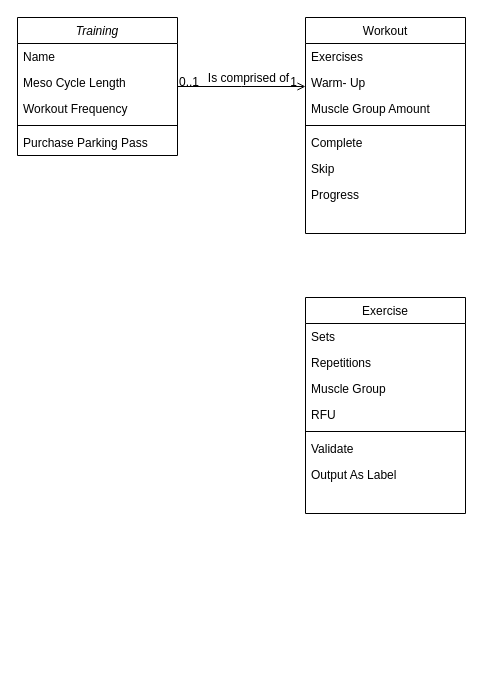
asNiklas/MinApp4MaxProgression keeps this draw.io diagram as docs/ClassStructure.drawio. Above is the earlier version. Source tidied: cells renumbered, new cells numbered last; positions are measured from the earlier drawing's top-left corner, leaving out a move shared by most shapes. Both pictures are drawn from the tidied source at 100%, with x=0, y=0 at pixel (17, 17).
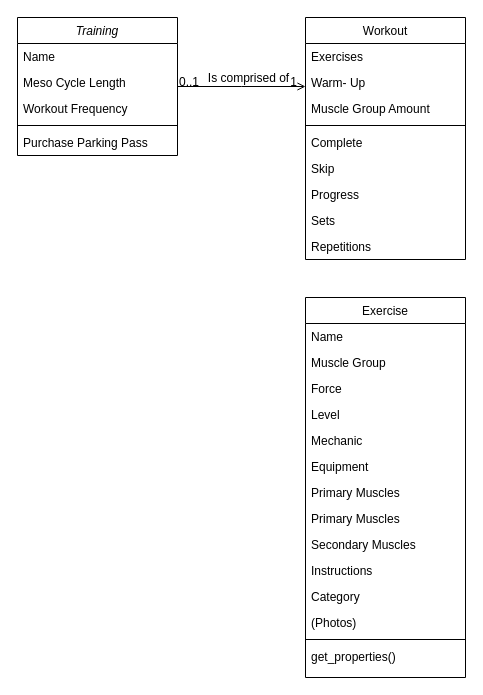
After the change.

Commit message (it also covers changes not shown here):
io document structure changed

The edit, as a diff of the source:
```diff
@@
     <mxCell id="8" value="Workout" style="swimlane;fontStyle=0;align=center;verticalAlign=top;horizontal=1;startSize=26;rounded=0;shadow=0;strokeWidth=1;" parent="1" vertex="1">
-      <mxGeometry x="288" width="160" height="216" as="geometry" />
+      <mxGeometry x="288" width="160" height="242" as="geometry" />
     </mxCell>
@@
+    <mxCell id="21" value="Sets" style="text;align=left;verticalAlign=top;spacingLeft=4;spacingRight=4;overflow=hidden;" parent="8" vertex="1">
+      <mxGeometry y="190" width="160" height="26" as="geometry" />
+    </mxCell>
+    <mxCell id="22" value="Repetitions" style="text;align=left;verticalAlign=top;spacingLeft=4;spacingRight=4;overflow=hidden;rounded=0;shadow=0;html=0;" parent="8" vertex="1">
+      <mxGeometry y="216" width="160" height="26" as="geometry" />
+    </mxCell>
@@
     <mxCell id="20" value="Exercise" style="swimlane;fontStyle=0;align=center;verticalAlign=top;horizontal=1;startSize=26;rounded=0;shadow=0;strokeWidth=1;" parent="1" vertex="1">
-      <mxGeometry x="288" y="280" width="160" height="216" as="geometry" />
+      <mxGeometry x="288" y="280" width="160" height="380" as="geometry" />
     </mxCell>
-    <mxCell id="21" value="Sets" style="text;align=left;verticalAlign=top;spacingLeft=4;spacingRight=4;overflow=hidden;" parent="20" vertex="1">
-      <mxGeometry y="26" width="160" height="26" as="geometry" />
-    </mxCell>
-    <mxCell id="22" value="Repetitions" style="text;align=left;verticalAlign=top;spacingLeft=4;spacingRight=4;overflow=hidden;rounded=0;shadow=0;html=0;" parent="20" vertex="1">
-      <mxGeometry y="52" width="160" height="26" as="geometry" />
-    </mxCell>
+    <mxCell id="28" value="Name" style="text;align=left;verticalAlign=top;spacingLeft=4;spacingRight=4;overflow=hidden;rounded=0;shadow=0;html=0;" parent="20" vertex="1">
+      <mxGeometry y="26" width="160" height="26" as="geometry" />
+    </mxCell>
     <mxCell id="23" value="Muscle Group" style="text;align=left;verticalAlign=top;spacingLeft=4;spacingRight=4;overflow=hidden;rounded=0;shadow=0;html=0;" parent="20" vertex="1">
-      <mxGeometry y="78" width="160" height="26" as="geometry" />
+      <mxGeometry y="52" width="160" height="26" as="geometry" />
     </mxCell>
+    <mxCell id="29" value="Force" style="text;align=left;verticalAlign=top;spacingLeft=4;spacingRight=4;overflow=hidden;rounded=0;shadow=0;html=0;" parent="20" vertex="1">
+      <mxGeometry y="78" width="160" height="26" as="geometry" />
+    </mxCell>
+    <mxCell id="30" value="Level" style="text;align=left;verticalAlign=top;spacingLeft=4;spacingRight=4;overflow=hidden;rounded=0;shadow=0;html=0;" parent="20" vertex="1">
+      <mxGeometry y="104" width="160" height="26" as="geometry" />
+    </mxCell>
+    <mxCell id="31" value="Mechanic" style="text;align=left;verticalAlign=top;spacingLeft=4;spacingRight=4;overflow=hidden;rounded=0;shadow=0;html=0;" parent="20" vertex="1">
+      <mxGeometry y="130" width="160" height="26" as="geometry" />
+    </mxCell>
+    <mxCell id="32" value="Equipment" style="text;align=left;verticalAlign=top;spacingLeft=4;spacingRight=4;overflow=hidden;rounded=0;shadow=0;html=0;" parent="20" vertex="1">
+      <mxGeometry y="156" width="160" height="26" as="geometry" />
+    </mxCell>
+    <mxCell id="33" value="Primary Muscles" style="text;align=left;verticalAlign=top;spacingLeft=4;spacingRight=4;overflow=hidden;rounded=0;shadow=0;html=0;" parent="20" vertex="1">
+      <mxGeometry y="182" width="160" height="26" as="geometry" />
+    </mxCell>
+    <mxCell id="34" value="Primary Muscles" style="text;align=left;verticalAlign=top;spacingLeft=4;spacingRight=4;overflow=hidden;rounded=0;shadow=0;html=0;" parent="20" vertex="1">
+      <mxGeometry y="208" width="160" height="26" as="geometry" />
+    </mxCell>
+    <mxCell id="35" value="Secondary Muscles" style="text;align=left;verticalAlign=top;spacingLeft=4;spacingRight=4;overflow=hidden;rounded=0;shadow=0;html=0;" parent="20" vertex="1">
+      <mxGeometry y="234" width="160" height="26" as="geometry" />
+    </mxCell>
+    <mxCell id="36" value="Instructions" style="text;align=left;verticalAlign=top;spacingLeft=4;spacingRight=4;overflow=hidden;rounded=0;shadow=0;html=0;" parent="20" vertex="1">
+      <mxGeometry y="260" width="160" height="26" as="geometry" />
+    </mxCell>
+    <mxCell id="37" value="Category" style="text;align=left;verticalAlign=top;spacingLeft=4;spacingRight=4;overflow=hidden;rounded=0;shadow=0;html=0;" parent="20" vertex="1">
+      <mxGeometry y="286" width="160" height="26" as="geometry" />
+    </mxCell>
-    <mxCell id="24" value="RFU" style="text;align=left;verticalAlign=top;spacingLeft=4;spacingRight=4;overflow=hidden;rounded=0;shadow=0;html=0;" parent="20" vertex="1">
-      <mxGeometry y="104" width="160" height="26" as="geometry" />
+    <mxCell id="24" value="(Photos)" style="text;align=left;verticalAlign=top;spacingLeft=4;spacingRight=4;overflow=hidden;rounded=0;shadow=0;html=0;" parent="20" vertex="1">
+      <mxGeometry y="312" width="160" height="26" as="geometry" />
     </mxCell>
     <mxCell id="25" style="line;html=1;strokeWidth=1;align=left;verticalAlign=middle;spacingTop=-1;spacingLeft=3;spacingRight=3;labelPosition=right;" parent="20" vertex="1">
-      <mxGeometry y="130" width="160" height="8" as="geometry" />
+      <mxGeometry y="338" width="160" height="8" as="geometry" />
     </mxCell>
-    <mxCell id="26" value="Validate" style="text;align=left;verticalAlign=top;spacingLeft=4;spacingRight=4;overflow=hidden;" parent="20" vertex="1">
-      <mxGeometry y="138" width="160" height="26" as="geometry" />
+    <mxCell id="26" value="get_properties()" style="text;align=left;verticalAlign=top;spacingLeft=4;spacingRight=4;overflow=hidden;" parent="20" vertex="1">
+      <mxGeometry y="346" width="160" height="26" as="geometry" />
     </mxCell>
-    <mxCell id="27" value="Output As Label" style="text;align=left;verticalAlign=top;spacingLeft=4;spacingRight=4;overflow=hidden;" parent="20" vertex="1">
-      <mxGeometry y="164" width="160" height="26" as="geometry" />
-    </mxCell>
```
